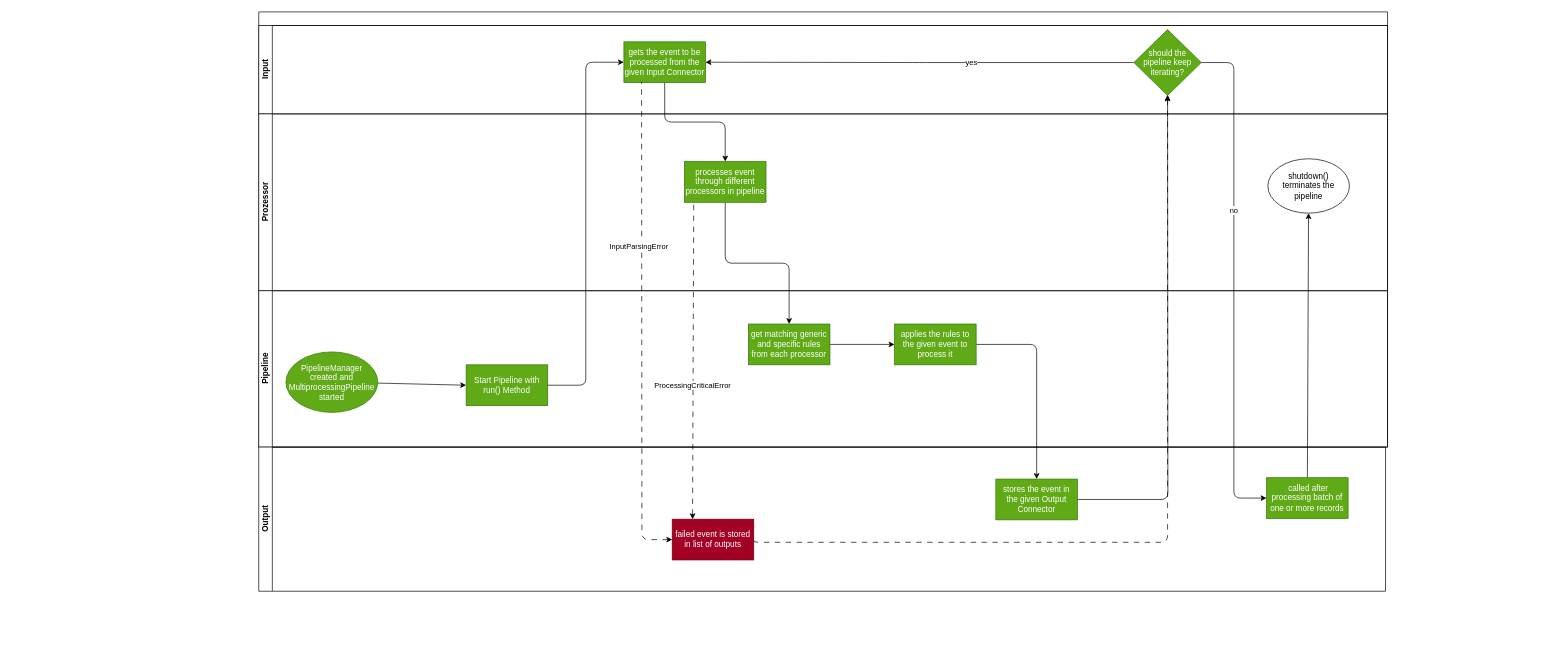
Before: doc/source/development/architecture/diagramms/overview.drawio in fkie-cad/Logprep, a draw.io diagram. Source tidied: cells renumbered, new cells numbered last; positions are measured from the earlier drawing's top-left corner, leaving out a move shared by most shapes. Both pictures are drawn from the tidied source at 68%, with x=0, y=0 at pixel (258, 12).
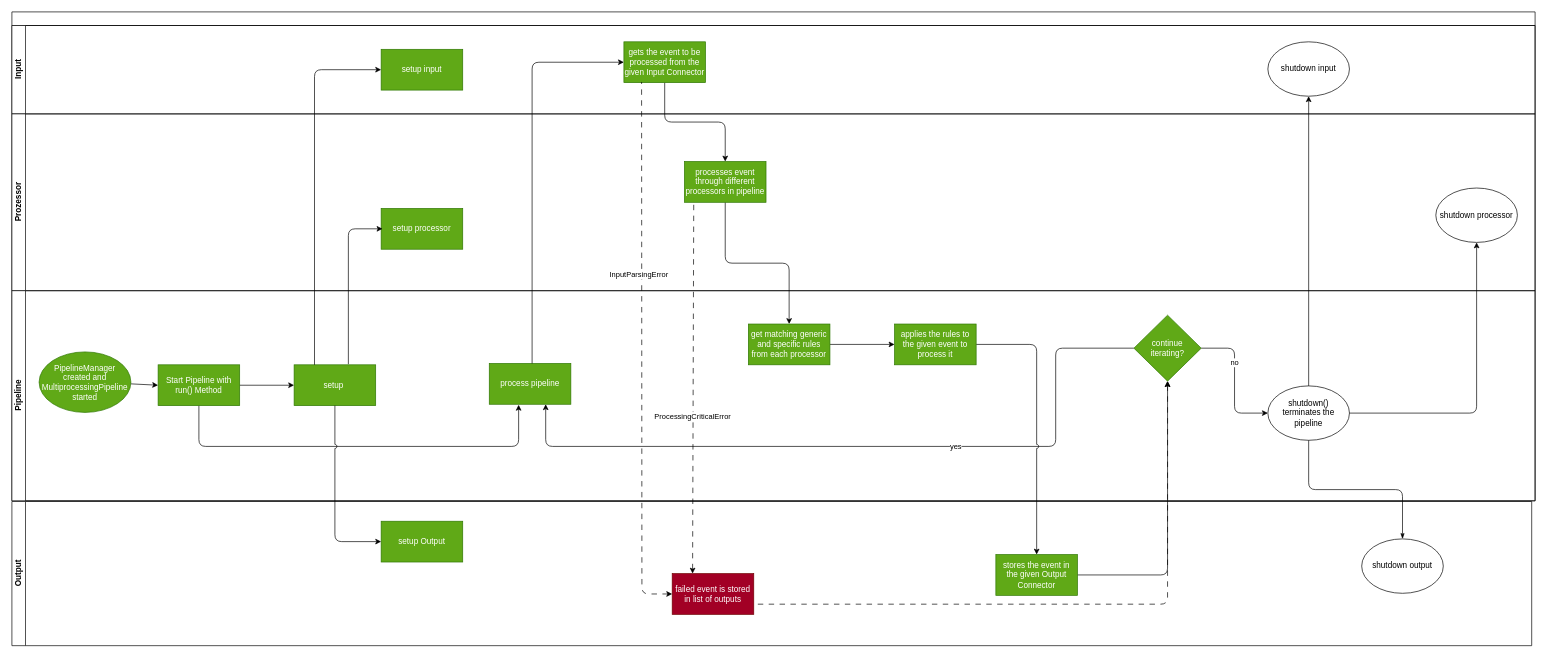
After the change.

Commit message (it also covers changes not shown here):
update diagramms overview and logprep_start

Unchanged cells that the change refers to:
```xml
<mxCell id="15" value="gets the event to be processed from the given Input Connector" style="whiteSpace=wrap;html=1;fillColor=#60a917;fontColor=#ffffff;strokeColor=#2D7600;" parent="1" vertex="1">
  <mxGeometry x="537" y="44" width="120" height="60" as="geometry" />
</mxCell>
<mxCell id="21" value="applies the rules to the given event to process it" style="whiteSpace=wrap;html=1;fillColor=#60a917;fontColor=#ffffff;strokeColor=#2D7600;" parent="1" vertex="1">
  <mxGeometry x="935" y="459" width="120" height="60" as="geometry" />
</mxCell>
```

Diff of the diagram source:
```diff
@@
     <mxCell id="2" value="&lt;br&gt;" style="swimlane;horizontal=1;startSize=20;html=1;" parent="1" vertex="1">
-      <mxGeometry width="1660" height="640" as="geometry" />
+      <mxGeometry x="-363" width="2240" height="719" as="geometry" />
     </mxCell>
     <mxCell id="3" value="Input" style="swimlane;startSize=20;horizontal=0;html=1;" parent="2" vertex="1">
-      <mxGeometry y="20" width="1660" height="130" as="geometry" />
+      <mxGeometry y="20" width="2240" height="130" as="geometry" />
     </mxCell>
-    <mxCell id="4" value="should the pipeline keep iterating?" style="rhombus;whiteSpace=wrap;html=1;fillColor=#60a917;fontColor=#ffffff;strokeColor=#2D7600;" parent="3" vertex="1">
-      <mxGeometry x="1287" y="6" width="99" height="97" as="geometry" />
+    <mxCell id="4" value="continue iterating?" style="rhombus;whiteSpace=wrap;html=1;fillColor=#60a917;fontColor=#ffffff;strokeColor=#2D7600;" parent="3" vertex="1">
+      <mxGeometry x="1650" y="426" width="99" height="97" as="geometry" />
     </mxCell>
+    <mxCell id="35" value="shutdown input" style="ellipse;whiteSpace=wrap;html=1;" parent="3" vertex="1">
+      <mxGeometry x="1847" y="24" width="120" height="80" as="geometry" />
+    </mxCell>
+    <mxCell id="36" value="setup input" style="whiteSpace=wrap;html=1;fillColor=#60a917;strokeColor=#2D7600;fontColor=#ffffff;rounded=0;" parent="3" vertex="1">
+      <mxGeometry x="543" y="35" width="120" height="60" as="geometry" />
+    </mxCell>
     <mxCell id="5" value="Prozessor" style="swimlane;startSize=20;horizontal=0;html=1;" parent="2" vertex="1">
-      <mxGeometry y="150" width="1660" height="260" as="geometry" />
+      <mxGeometry y="150" width="2240" height="260" as="geometry" />
     </mxCell>
+    <mxCell id="37" value="shutdown processor" style="ellipse;whiteSpace=wrap;html=1;" parent="5" vertex="1">
+      <mxGeometry x="2094" y="109" width="120" height="80" as="geometry" />
+    </mxCell>
+    <mxCell id="38" value="setup processor" style="whiteSpace=wrap;html=1;fillColor=#60a917;strokeColor=#2D7600;fontColor=#ffffff;rounded=0;" parent="5" vertex="1">
+      <mxGeometry x="543" y="139" width="120" height="60" as="geometry" />
+    </mxCell>
+    <mxCell id="39" style="edgeStyle=orthogonalEdgeStyle;html=1;exitX=0.665;exitY=-0.014;exitDx=0;exitDy=0;exitPerimeter=0;" parent="2" edge="1" source="42">
+      <mxGeometry relative="1" as="geometry">
+        <mxPoint x="545" y="319" as="targetPoint" />
+        <Array as="points">
+          <mxPoint x="495" y="319" />
+        </Array>
+      </mxGeometry>
+    </mxCell>
     <mxCell id="6" value="Pipeline" style="swimlane;startSize=20;horizontal=0;html=1;" parent="2" vertex="1">
-      <mxGeometry y="410" width="1660" height="230" as="geometry" />
+      <mxGeometry y="410" width="2240" height="309" as="geometry" />
     </mxCell>
@@
+    <mxCell id="40" style="edgeStyle=none;html=1;" parent="6" edge="1" source="9" target="42">
+      <mxGeometry relative="1" as="geometry" />
+    </mxCell>
+    <mxCell id="41" style="jumpStyle=arc;html=1;edgeStyle=orthogonalEdgeStyle;entryX=0.36;entryY=1.014;entryDx=0;entryDy=0;entryPerimeter=0;" parent="6" edge="1" source="9" target="43">
+      <mxGeometry relative="1" as="geometry">
+        <Array as="points">
+          <mxPoint x="275" y="229" />
+          <mxPoint x="745" y="229" />
+          <mxPoint x="745" y="168" />
+        </Array>
+      </mxGeometry>
+    </mxCell>
     <mxCell id="9" value="Start Pipeline with run() Method" style="rounded=0;whiteSpace=wrap;html=1;fillColor=#60a917;fontColor=#ffffff;strokeColor=#2D7600;" parent="6" vertex="1">
-      <mxGeometry x="305" y="109" width="120" height="60" as="geometry" />
+      <mxGeometry x="215" y="109" width="120" height="60" as="geometry" />
     </mxCell>
+    <mxCell id="42" value="setup&amp;nbsp;" style="whiteSpace=wrap;html=1;fillColor=#60a917;strokeColor=#2D7600;fontColor=#ffffff;rounded=0;" parent="6" vertex="1">
+      <mxGeometry x="415" y="109" width="120" height="60" as="geometry" />
+    </mxCell>
+    <mxCell id="43" value="process pipeline" style="whiteSpace=wrap;html=1;fillColor=#60a917;strokeColor=#2D7600;fontColor=#ffffff;rounded=0;" parent="6" vertex="1">
+      <mxGeometry x="702" y="107" width="120" height="60" as="geometry" />
+    </mxCell>
+    <mxCell id="44" style="edgeStyle=orthogonalEdgeStyle;html=1;exitX=0.25;exitY=0;exitDx=0;exitDy=0;" parent="2" edge="1" source="42" target="36">
+      <mxGeometry relative="1" as="geometry">
+        <Array as="points">
+          <mxPoint x="445" y="85" />
+        </Array>
+      </mxGeometry>
+    </mxCell>
+    <mxCell id="25" style="edgeStyle=orthogonalEdgeStyle;html=1;exitX=0;exitY=0.5;exitDx=0;exitDy=0;jumpStyle=arc;" parent="2" edge="1" source="4" target="43">
+      <mxGeometry relative="1" as="geometry">
+        <Array as="points">
+          <mxPoint x="1535" y="495" />
+          <mxPoint x="1535" y="639" />
+          <mxPoint x="785" y="639" />
+        </Array>
+      </mxGeometry>
+    </mxCell>
+    <mxCell id="26" value="yes" style="edgeLabel;html=1;align=center;verticalAlign=middle;" parent="25" vertex="1">
+      <mxGeometry x="-0.24" relative="1" as="geometry" />
+    </mxCell>
     <mxCell id="10" value="Output" style="swimlane;startSize=20;horizontal=0;html=1;" parent="1" vertex="1">
-      <mxGeometry y="640" width="1657" height="212" as="geometry" />
+      <mxGeometry x="-363" y="720" width="2235" height="212" as="geometry" />
     </mxCell>
     <mxCell id="11" value="shutdown() terminates the pipeline" style="ellipse;whiteSpace=wrap;html=1;rounded=1;shadow=0;glass=0;sketch=0;" parent="10" vertex="1">
-      <mxGeometry x="1484" y="-424" width="120" height="80" as="geometry" />
+      <mxGeometry x="1847" y="-170" width="120" height="80" as="geometry" />
     </mxCell>
     <mxCell id="12" value="failed event is stored in list of outputs" style="whiteSpace=wrap;html=1;fillColor=#a20025;strokeColor=#6F0000;fontColor=#ffffff;" parent="10" vertex="1">
-      <mxGeometry x="608" y="106" width="120" height="60" as="geometry" />
+      <mxGeometry x="971" y="106" width="120" height="60" as="geometry" />
     </mxCell>
+    <mxCell id="45" value="shutdown output" style="ellipse;whiteSpace=wrap;html=1;" parent="10" vertex="1">
+      <mxGeometry x="1985" y="55" width="120" height="80" as="geometry" />
+    </mxCell>
+    <mxCell id="33" style="edgeStyle=orthogonalEdgeStyle;html=1;endArrow=none;endFill=0;startArrow=classicThin;startFill=1;exitX=0.5;exitY=0;exitDx=0;exitDy=0;" parent="10" edge="1" source="45" target="11">
+      <mxGeometry relative="1" as="geometry" />
+    </mxCell>
+    <mxCell id="46" value="setup Output" style="whiteSpace=wrap;html=1;fillColor=#60a917;strokeColor=#2D7600;fontColor=#ffffff;rounded=0;" parent="10" vertex="1">
+      <mxGeometry x="543" y="29" width="120" height="60" as="geometry" />
+    </mxCell>
-    <mxCell id="13" style="edgeStyle=orthogonalEdgeStyle;html=1;entryX=0;entryY=0.5;entryDx=0;entryDy=0;exitX=1;exitY=0.5;exitDx=0;exitDy=0;" parent="1" edge="1" source="9" target="15">
-      <mxGeometry relative="1" as="geometry" />
+    <mxCell id="13" style="edgeStyle=orthogonalEdgeStyle;html=1;entryX=0;entryY=0.5;entryDx=0;entryDy=0;jumpStyle=arc;" parent="1" edge="1" source="43" target="15">
+      <mxGeometry relative="1" as="geometry">
+        <Array as="points">
+          <mxPoint x="402" y="74" />
+        </Array>
+      </mxGeometry>
     </mxCell>
@@
-    <mxCell id="20" style="edgeStyle=orthogonalEdgeStyle;html=1;entryX=0.5;entryY=0;entryDx=0;entryDy=0;" parent="1" edge="1" source="21" target="24">
+    <mxCell id="20" style="edgeStyle=orthogonalEdgeStyle;html=1;entryX=0.5;entryY=0;entryDx=0;entryDy=0;jumpStyle=arc;" parent="1" edge="1" source="21" target="24">
       <mxGeometry relative="1" as="geometry" />
     </mxCell>
@@
-    <mxCell id="22" style="edgeStyle=orthogonalEdgeStyle;html=1;entryX=0.5;entryY=1;entryDx=0;entryDy=0;" parent="1" edge="1" source="24">
-      <mxGeometry relative="1" as="geometry">
-        <mxPoint x="1336.5" y="122" as="targetPoint" />
-      </mxGeometry>
+    <mxCell id="22" style="edgeStyle=orthogonalEdgeStyle;html=1;entryX=0.5;entryY=1;entryDx=0;entryDy=0;" parent="1" edge="1" source="24" target="4">
+      <mxGeometry relative="1" as="geometry" />
     </mxCell>
-    <mxCell id="23" style="edgeStyle=orthogonalEdgeStyle;html=1;endArrow=none;endFill=0;startArrow=classic;startFill=1;dashed=1;dashPattern=8 8;entryX=1;entryY=0.5;entryDx=0;entryDy=0;" parent="1" edge="1" source="4" target="12">
+    <mxCell id="23" style="edgeStyle=orthogonalEdgeStyle;html=1;endArrow=none;endFill=0;startArrow=classic;startFill=1;dashed=1;dashPattern=8 8;entryX=1;entryY=0.75;entryDx=0;entryDy=0;" parent="1" edge="1" source="4" target="12">
       <mxGeometry relative="1" as="geometry">
         <Array as="points">
-          <mxPoint x="1336" y="780" />
-          <mxPoint x="728" y="780" />
+          <mxPoint x="1337" y="871" />
         </Array>
       </mxGeometry>
     </mxCell>
     <mxCell id="24" value="stores the event in the given Output Connector" style="whiteSpace=wrap;html=1;fillColor=#60a917;fontColor=#ffffff;strokeColor=#2D7600;" parent="1" vertex="1">
-      <mxGeometry x="1084" y="687" width="120" height="60" as="geometry" />
+      <mxGeometry x="1084" y="798" width="120" height="60" as="geometry" />
     </mxCell>
-    <mxCell id="25" style="edgeStyle=orthogonalEdgeStyle;html=1;entryX=1;entryY=0.5;entryDx=0;entryDy=0;exitX=0;exitY=0.5;exitDx=0;exitDy=0;" parent="1" edge="1" source="4" target="15">
-      <mxGeometry relative="1" as="geometry" />
-    </mxCell>
-    <mxCell id="26" value="yes" style="edgeLabel;html=1;align=center;verticalAlign=middle;" parent="25" vertex="1">
-      <mxGeometry x="-0.24" relative="1" as="geometry" />
-    </mxCell>
-    <mxCell id="27" style="edgeStyle=orthogonalEdgeStyle;html=1;entryX=0;entryY=0.5;entryDx=0;entryDy=0;" parent="1" edge="1" source="4" target="34">
+    <mxCell id="27" style="edgeStyle=orthogonalEdgeStyle;html=1;entryX=0;entryY=0.5;entryDx=0;entryDy=0;" parent="1" edge="1" source="4" target="11">
       <mxGeometry relative="1" as="geometry" />
     </mxCell>
@@
-    <mxCell id="33" style="edgeStyle=none;html=1;" parent="1" edge="1" source="34" target="11">
-      <mxGeometry relative="1" as="geometry" />
-    </mxCell>
-    <mxCell id="34" value="&amp;nbsp;called after processing batch of one or more records" style="rounded=0;whiteSpace=wrap;html=1;fillColor=#60a917;fontColor=#ffffff;strokeColor=#2D7600;" parent="1" vertex="1">
-      <mxGeometry x="1482" y="685" width="120" height="60" as="geometry" />
-    </mxCell>
+    <mxCell id="47" style="edgeStyle=orthogonalEdgeStyle;html=1;startArrow=none;startFill=0;endArrow=classic;endFill=1;" parent="1" edge="1" source="11" target="37">
+      <mxGeometry relative="1" as="geometry" />
+    </mxCell>
+    <mxCell id="48" style="edgeStyle=none;html=1;startArrow=none;startFill=0;endArrow=classic;endFill=1;entryX=0.5;entryY=1;entryDx=0;entryDy=0;" parent="1" edge="1" source="11" target="35">
+      <mxGeometry relative="1" as="geometry" />
+    </mxCell>
+    <mxCell id="49" style="edgeStyle=orthogonalEdgeStyle;html=1;jumpStyle=arc;entryX=0;entryY=0.5;entryDx=0;entryDy=0;" parent="1" edge="1" target="46">
+      <mxGeometry relative="1" as="geometry">
+        <mxPoint x="112" y="579" as="sourcePoint" />
+        <Array as="points">
+          <mxPoint x="112" y="779" />
+        </Array>
+      </mxGeometry>
+    </mxCell>
```
